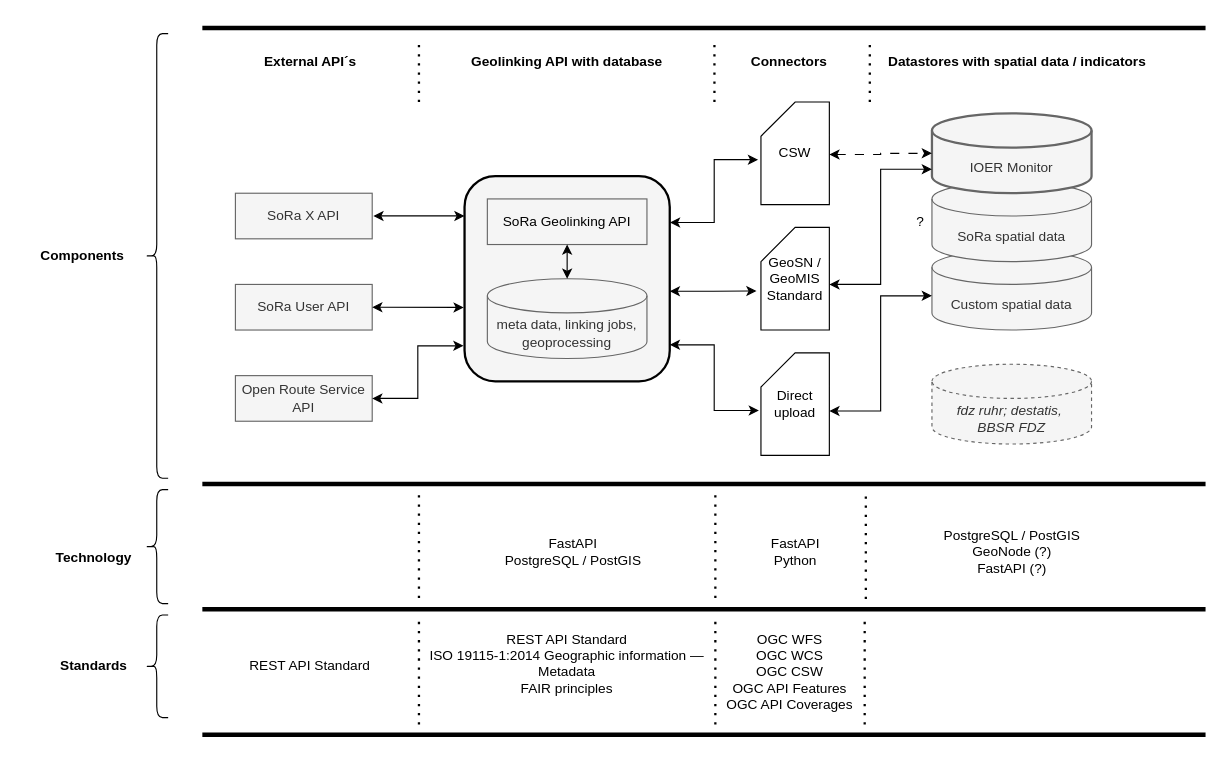
Above: sora/sora_geolinking_network_v4.drawio in traveller195/draw_io (draw.io), before the change. Source tidied: cells renumbered, new cells numbered last; positions are measured from the earlier drawing's top-left corner, leaving out a move shared by most shapes. Both pictures are drawn from the tidied source at 114%, with x=0, y=0 at pixel (19, 22).
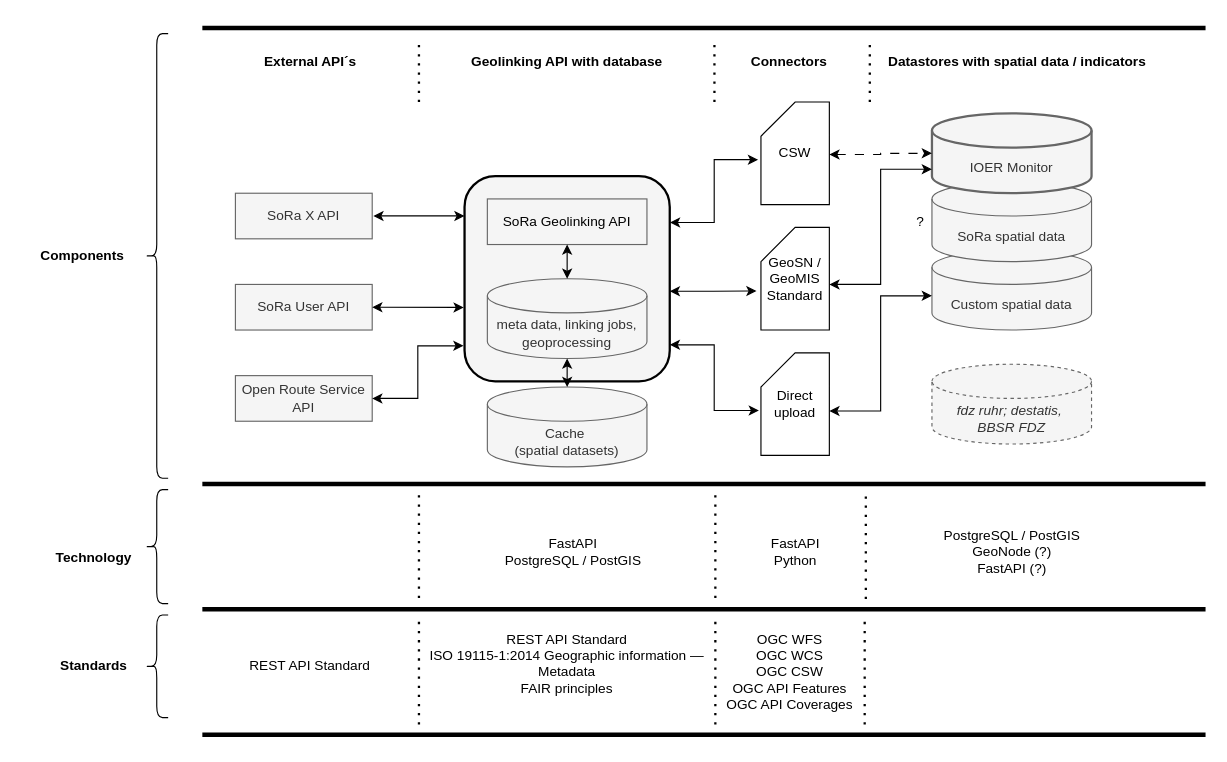
The same diagram, later.

The change refers to these unchanged cells:
```xml
<mxCell id="11" value="meta data, linking jobs, geoprocessing" style="shape=cylinder3;whiteSpace=wrap;html=1;boundedLbl=1;backgroundOutline=1;size=15;fillColor=#f5f5f5;fontColor=#333333;strokeColor=#666666;" parent="1" vertex="1">
  <mxGeometry x="410" y="225" width="140" height="70" as="geometry" />
</mxCell>
```

The edit, as a diff of the source:
```diff
@@
+    <mxCell id="55" value="&lt;div&gt;Cache&amp;nbsp;&lt;/div&gt;&lt;div&gt;(spatial datasets)&lt;br&gt;&lt;/div&gt;" style="shape=cylinder3;whiteSpace=wrap;html=1;boundedLbl=1;backgroundOutline=1;size=15;fillColor=#f5f5f5;fontColor=#333333;strokeColor=#666666;" parent="1" vertex="1">
+      <mxGeometry x="410" y="320" width="140" height="70" as="geometry" />
+    </mxCell>
@@
+    <mxCell id="56" style="edgeStyle=orthogonalEdgeStyle;rounded=0;jettySize=auto;html=1;exitX=0.5;exitY=1;exitDx=0;exitDy=0;exitPerimeter=0;entryX=0.5;entryY=0;entryDx=0;entryDy=0;entryPerimeter=0;startArrow=classic;startFill=1;" parent="1" edge="1" source="11" target="55">
+      <mxGeometry relative="1" as="geometry" />
+    </mxCell>
```
